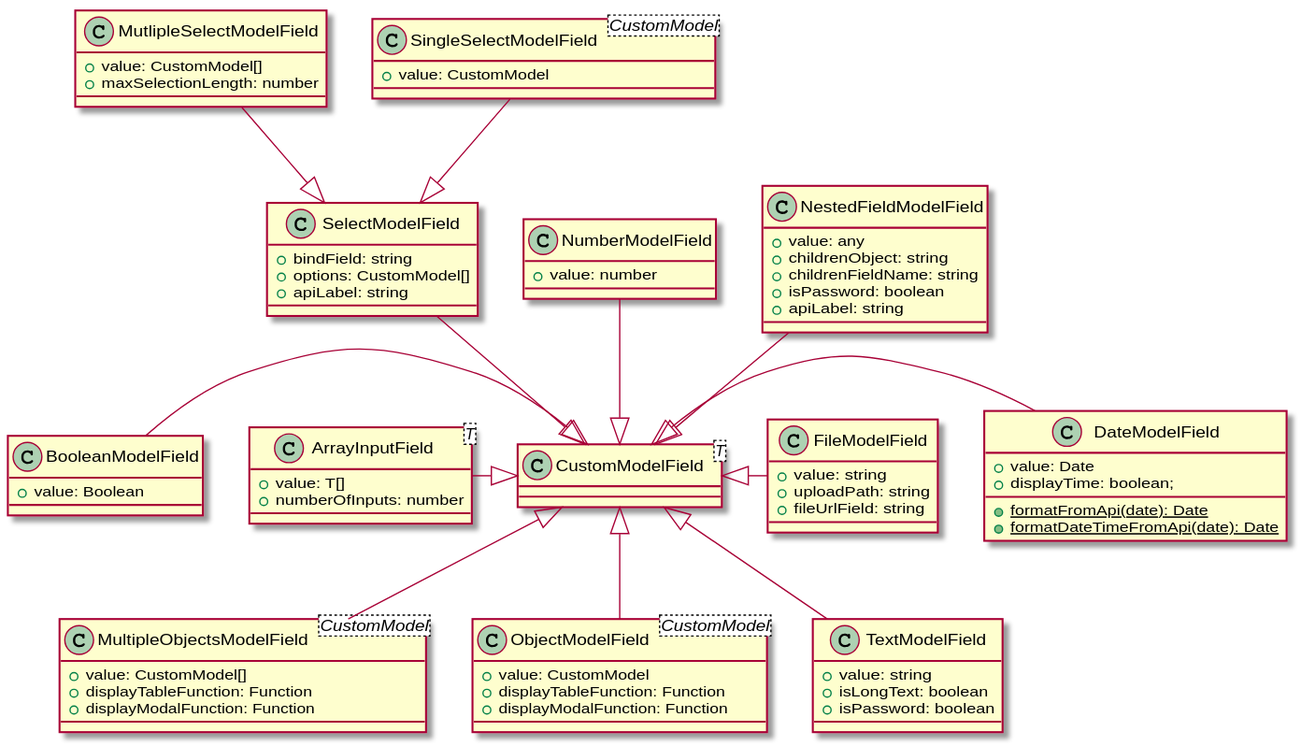
ReliefApplications/bms_front keeps this PlantUML diagram as src/app/models/uml/fields.svg. Above is the earlier version.
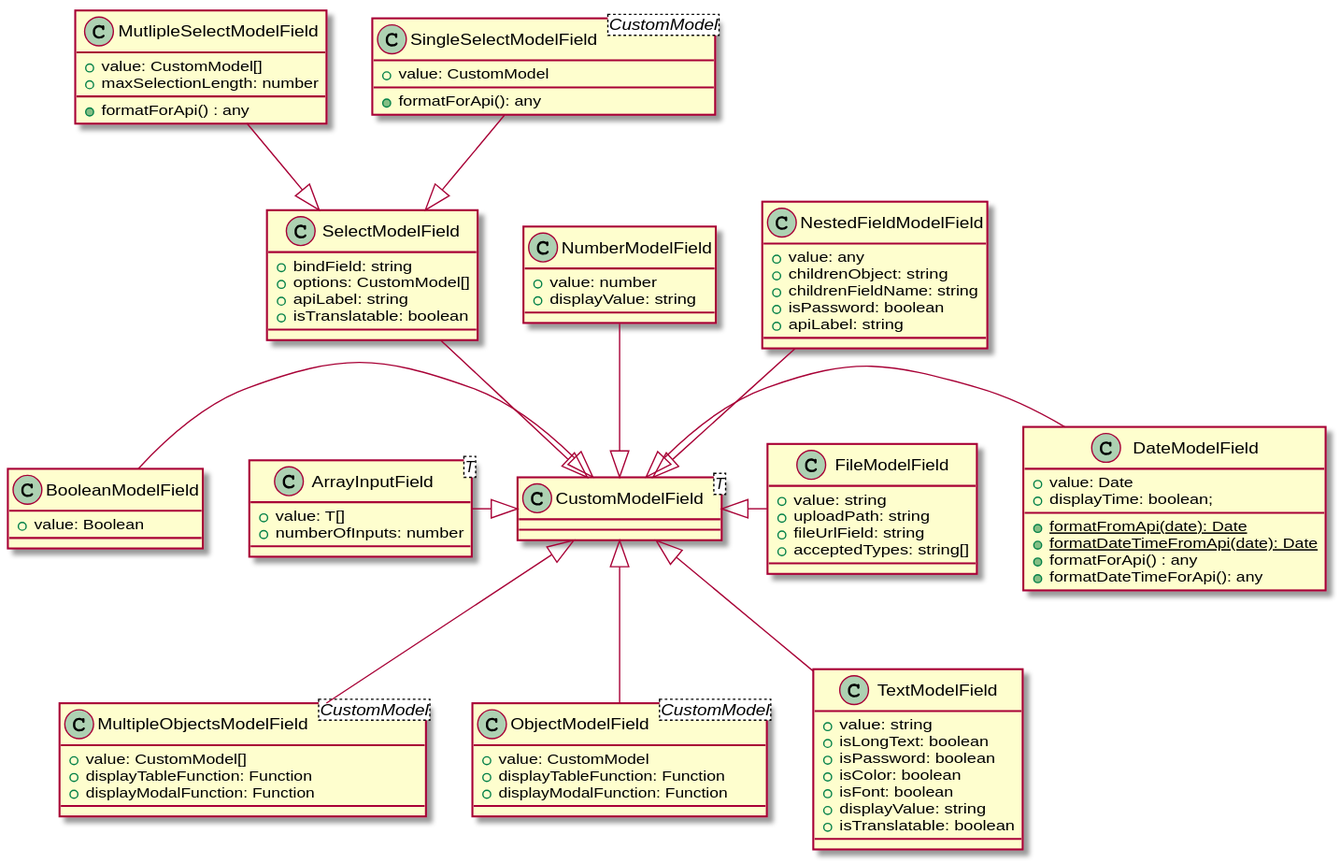
The same file after the commit.

Change to the diagram source:
```diff
@@ -18,12 +18,15 @@
 
     + {static} formatFromApi(date): Date
     + {static} formatDateTimeFromApi(date): Date
+    + formatForApi() : any
+    + formatDateTimeForApi(): any
 }
 
 class FileModelField {
     + value: string
     + uploadPath: string
     + fileUrlField: string
+    + acceptedTypes: string[]
 }
 
 class MultipleObjectsModelField<CustomModel> {
@@ -35,6 +38,7 @@
 class MutlipleSelectModelField {
     + value: CustomModel[]
     + maxSelectionLength: number
+    + formatForApi() : any
 }
 
 class NestedFieldModelField {
@@ -47,6 +51,7 @@
 
 class NumberModelField {
     + value: number
+    + displayValue: string
 }
 
 class ObjectModelField<CustomModel> {
@@ -59,16 +64,22 @@
     + bindField: string
     + options: CustomModel[]
     + apiLabel: string
+    + isTranslatable: boolean
 }
 
 class SingleSelectModelField<CustomModel> {
     + value: CustomModel
+    + formatForApi(): any
 }
 
 class TextModelField {
     + value: string
     + isLongText: boolean
     + isPassword: boolean
+    + isColor: boolean
+    + isFont: boolean
+    + displayValue: string
+    + isTranslatable: boolean
 }
 
 CustomModelField <|-left- ArrayInputField
```
